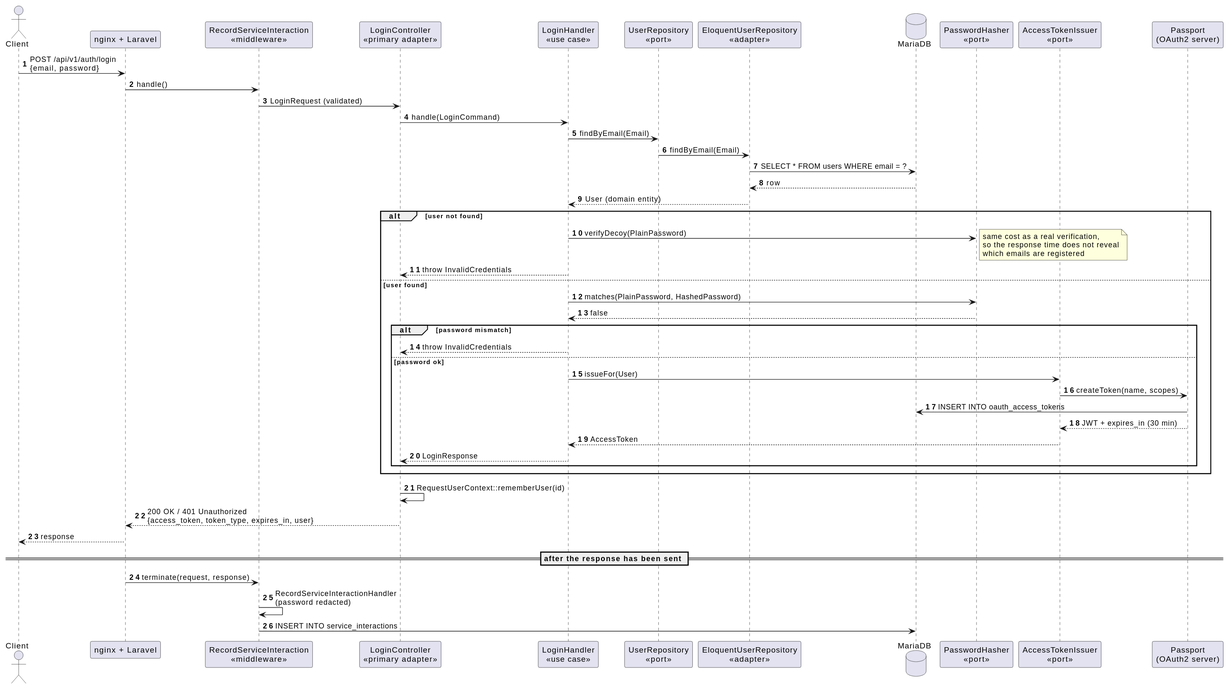
Above: docs/diagrams/sequence-login.svg in alexisrivero/challenge-prex (PlantUML), before the change.
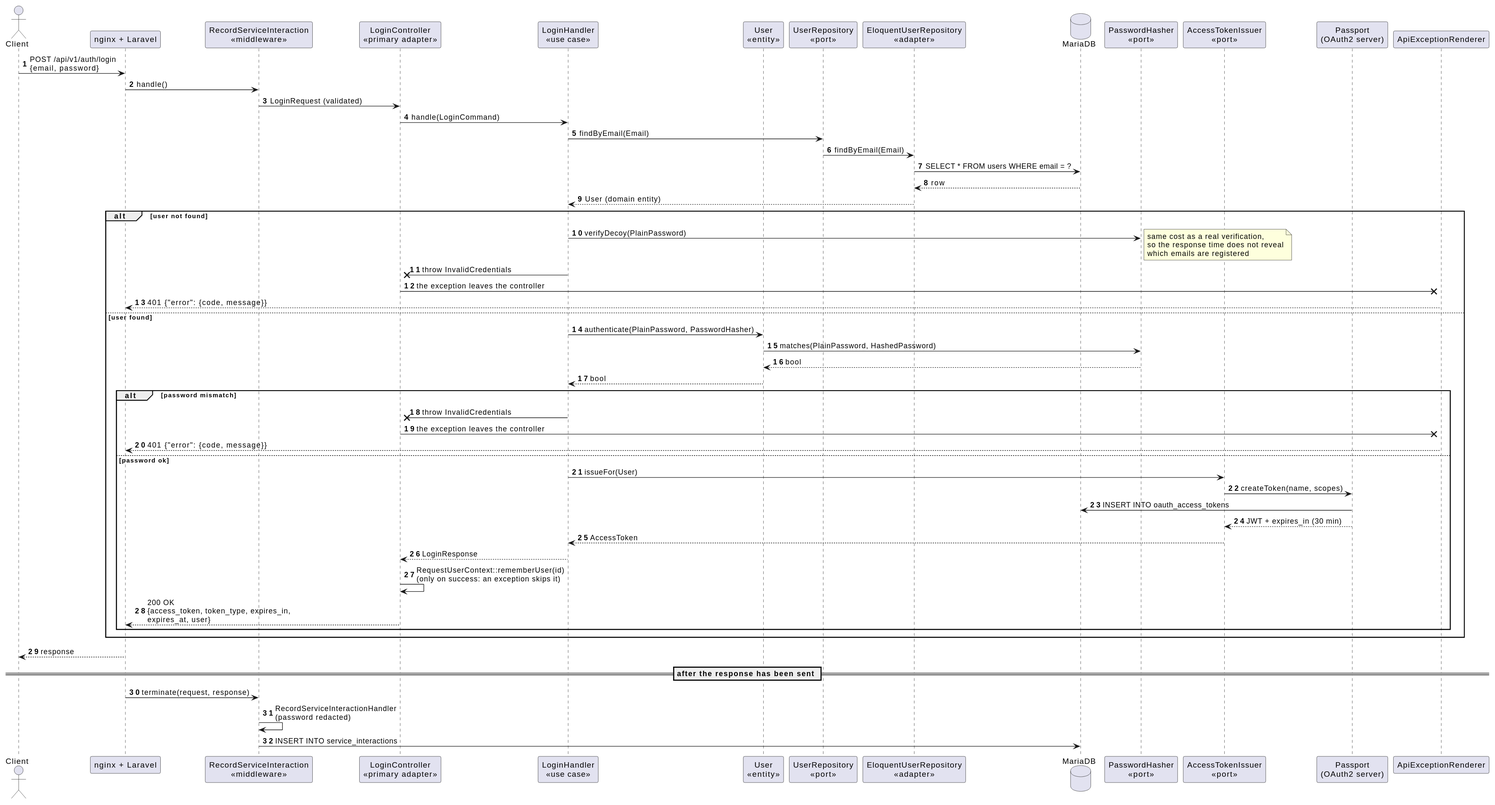
After the change.

Commit message:
Correct the diagrams against the schema and the code, properly this time

The edit, as a diff of the source:
```diff
@@ -7,12 +7,14 @@
 participant "RecordServiceInteraction\n<<middleware>>" as Audit
 participant "LoginController\n<<primary adapter>>" as Controller
 participant "LoginHandler\n<<use case>>" as Handler
+participant "User\n<<entity>>" as User
 participant "UserRepository\n<<port>>" as UserPort
 participant "EloquentUserRepository\n<<adapter>>" as UserAdapter
 database "MariaDB" as DB
 participant "PasswordHasher\n<<port>>" as HasherPort
 participant "AccessTokenIssuer\n<<port>>" as TokenPort
 participant "Passport\n(OAuth2 server)" as Passport
+participant "ApiExceptionRenderer" as Renderer
 
 Client -> Kernel : POST /api/v1/auth/login\n{email, password}
 Kernel -> Audit : handle()
@@ -28,12 +30,18 @@
 alt user not found
   Handler -> HasherPort : verifyDecoy(PlainPassword)
   note right : same cost as a real verification,\nso the response time does not reveal\nwhich emails are registered
-  Handler --> Controller : throw InvalidCredentials
+  Handler ->x Controller : throw InvalidCredentials
+  Controller ->x Renderer : the exception leaves the controller
+  Renderer --> Kernel : 401 {"error": {code, message}}
 else user found
-  Handler -> HasherPort : matches(PlainPassword, HashedPassword)
-  HasherPort --> Handler : false
+  Handler -> User : authenticate(PlainPassword, PasswordHasher)
+  User -> HasherPort : matches(PlainPassword, HashedPassword)
+  HasherPort --> User : bool
+  User --> Handler : bool
   alt password mismatch
-    Handler --> Controller : throw InvalidCredentials
+    Handler ->x Controller : throw InvalidCredentials
+    Controller ->x Renderer : the exception leaves the controller
+    Renderer --> Kernel : 401 {"error": {code, message}}
   else password ok
     Handler -> TokenPort : issueFor(User)
     TokenPort -> Passport : createToken(name, scopes)
@@ -41,11 +49,11 @@
     Passport --> TokenPort : JWT + expires_in (30 min)
     TokenPort --> Handler : AccessToken
     Handler --> Controller : LoginResponse
+    Controller -> Controller : RequestUserContext::rememberUser(id)\n(only on success: an exception skips it)
+    Controller --> Kernel : 200 OK\n{access_token, token_type, expires_in,\nexpires_at, user}
   end
 end
 
-Controller -> Controller : RequestUserContext::rememberUser(id)
-Controller --> Kernel : 200 OK / 401 Unauthorized\n{access_token, token_type, expires_in, user}
 Kernel --> Client : response
 
 == after the response has been sent ==
```
